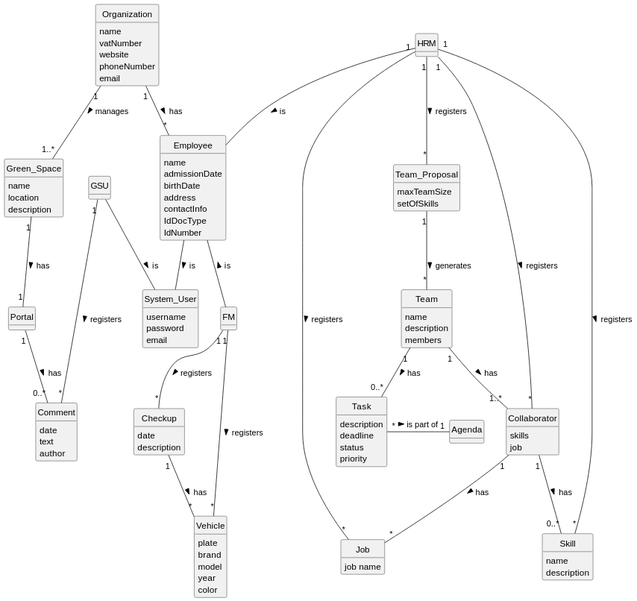
Earlier version of the PlantUML export docs/sprintA/global-artifacts/02.analysis/svg/project-domain-model.svg (Rui-San/LAPR2_2023_2024). The source it was exported from:
```plantuml
@startuml
skinparam monochrome true
skinparam packageStyle rectangle
skinparam shadowing false
skinparam classAttributeIconSize 0
hide circle
hide methods


class Organization {
    name
    vatNumber
    website
    phoneNumber
    email
}

class Employee {
    name
    admissionDate
    birthDate
    address
    contactInfo
    IdDocType
    IdNumber
}

class HRM{

}

class FM{

}

class Collaborator{
    skills
    job
}

class Skill{
    name
    description
}

class Job{
    job name
}

class Vehicle{
    plate
    brand
    model
    year
    color
}

class Checkup{
    date
    description
}

class Team_Proposal{
    maxTeamSize
    setOfSkills
}

class Team{
    name
    description
    members
}

class Agenda{

}

class Task{
    description
    deadline
    status
    priority
}

class System_User{
    username
    password
    email
}

class GSU{

}

class Portal{

}

class Comment{
    date
    text
    author
}

class Green_Space{
    name
    location
    description
}

Organization "1" -- "1..*" Green_Space : "manages >"
Green_Space "1" -- "1" Portal : "has >"
GSU -- System_User : "is >"
Employee -- System_User : "is >"
Organization "1" -- "*" Employee : "has >"
HRM -- Employee : "is >"
FM --up Employee : "is >"
HRM "1" -- "*" Job : "registers >"
HRM "1" -- "*" Collaborator : "registers >"
HRM "1" -- "*" Skill : "registers >"
Collaborator "1" -- "0..*" Skill : "has >"
Collaborator "1" -- "*" Job : "has >"
Checkup "1" -- "*" Vehicle : "has >"
FM "1" -- "*" Vehicle : "registers >"
FM "1" -- "*" Checkup : "registers >"
HRM "1" -- "*" Team_Proposal : "registers >"
Task "*" --right "1" Agenda : "is part of >"
Team "1" -- "0..*" Task : "has >"
Portal "1" -- "0..*" Comment : "has >"
GSU "1" -- "*" Comment : "registers >"
Team_Proposal "1" -- "*" Team : "generates >"
Team "1" -- "1..*" Collaborator : "has >"
@enduml
```
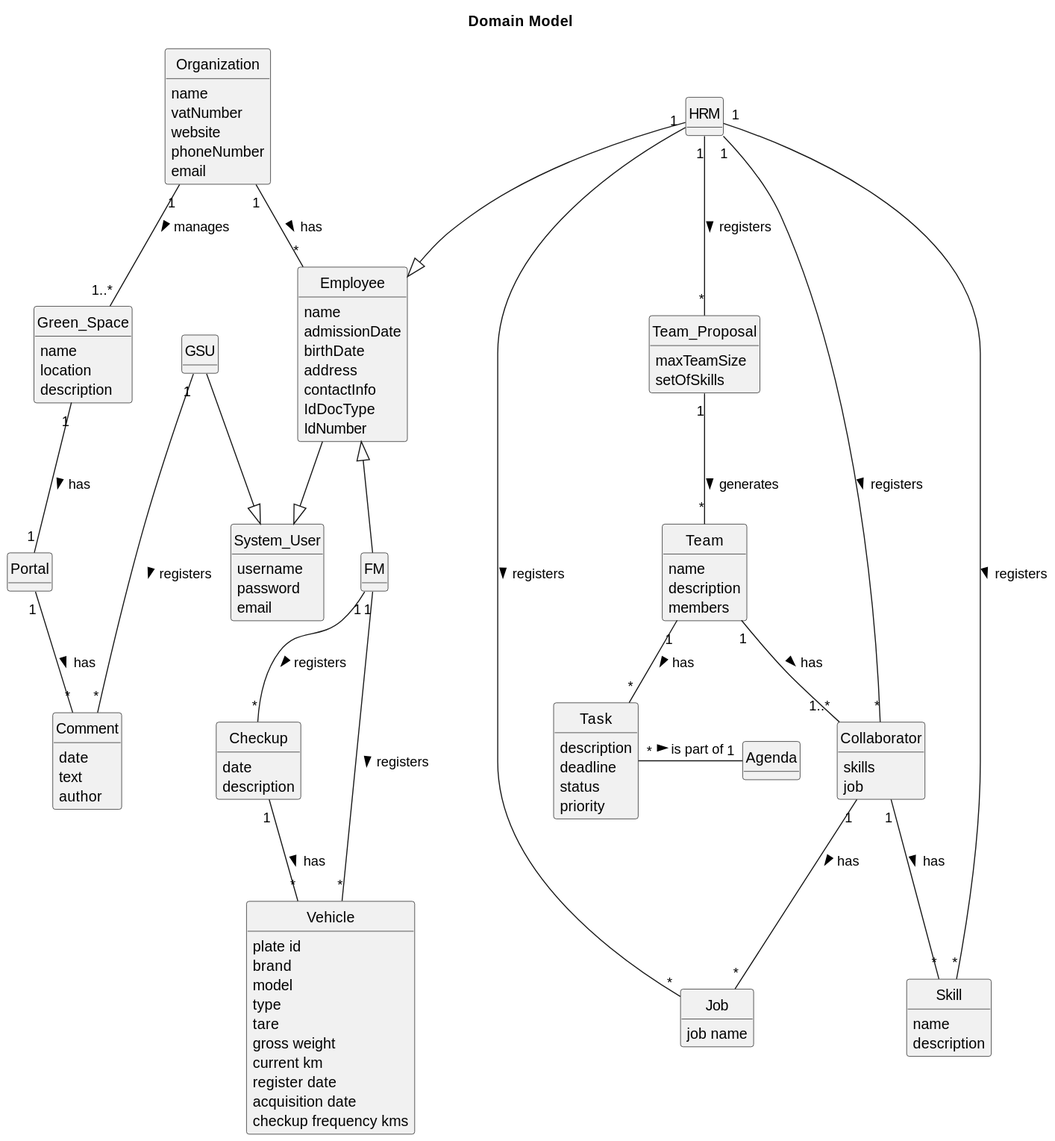
After the change.

Commit message:
Global artifacts (OO Analysis): Fixed vehicle class attributes

What changed in the source:
```diff
@@ -6,6 +6,7 @@
 hide circle
 hide methods
 
+title Domain Model
 
 class Organization {
     name
@@ -48,11 +49,16 @@
 }
 
 class Vehicle{
-    plate
+    plate id
     brand
     model
-    year
-    color
+    type
+    tare
+    gross weight
+    current km
+    register date
+    acquisition date
+    checkup frequency kms
 }
 
 class Checkup{
@@ -110,23 +116,23 @@
 
 Organization "1" -- "1..*" Green_Space : "manages >"
 Green_Space "1" -- "1" Portal : "has >"
-GSU -- System_User : "is >"
-Employee -- System_User : "is >"
+GSU --|> System_User
+Employee --|> System_User
 Organization "1" -- "*" Employee : "has >"
-HRM -- Employee : "is >"
-FM --up Employee : "is >"
+HRM --|> Employee
+FM --up|> Employee
 HRM "1" -- "*" Job : "registers >"
 HRM "1" -- "*" Collaborator : "registers >"
 HRM "1" -- "*" Skill : "registers >"
-Collaborator "1" -- "0..*" Skill : "has >"
+Collaborator "1" -- "*" Skill : "has >"
 Collaborator "1" -- "*" Job : "has >"
 Checkup "1" -- "*" Vehicle : "has >"
 FM "1" -- "*" Vehicle : "registers >"
 FM "1" -- "*" Checkup : "registers >"
 HRM "1" -- "*" Team_Proposal : "registers >"
 Task "*" --right "1" Agenda : "is part of >"
-Team "1" -- "0..*" Task : "has >"
-Portal "1" -- "0..*" Comment : "has >"
+Team "1" -- "*" Task : "has >"
+Portal "1" -- "*" Comment : "has >"
 GSU "1" -- "*" Comment : "registers >"
 Team_Proposal "1" -- "*" Team : "generates >"
 Team "1" -- "1..*" Collaborator : "has >"
```
